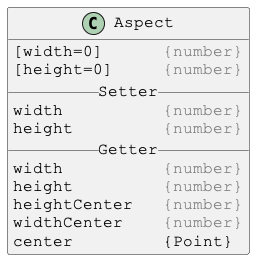
This is docs/PlantUml/images/Aspect.png from Justin-Byrne/canvasLab, a PlantUML export, as it was before one commit. Its diagram source:
```plantuml
@startuml

skinparam DefaultFontSize 16
skinparam DefaultFontName Courier New

class Aspect {
[width=0]      <color:gray>{number}</color>
[height=0]     <color:gray>{number}</color>
__ Setter __
width          <color:gray>{number}</color>
height         <color:gray>{number}</color>
__ Getter __
width          <color:gray>{number}</color>
height         <color:gray>{number}</color>
heightCenter   <color:gray>{number}</color>
widthCenter    <color:gray>{number}</color>
center         {Point}
}

@enduml
```
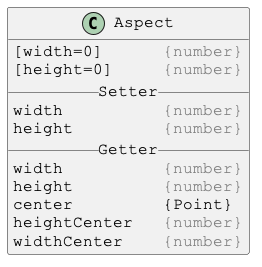
The same file after the commit.

The edit, as a diff of the source:
```diff
@@ -12,9 +12,9 @@
 __ Getter __
 width          <color:gray>{number}</color>
 height         <color:gray>{number}</color>
+center         {Point}
 heightCenter   <color:gray>{number}</color>
 widthCenter    <color:gray>{number}</color>
-center         {Point}
 }
 
 @enduml
```
